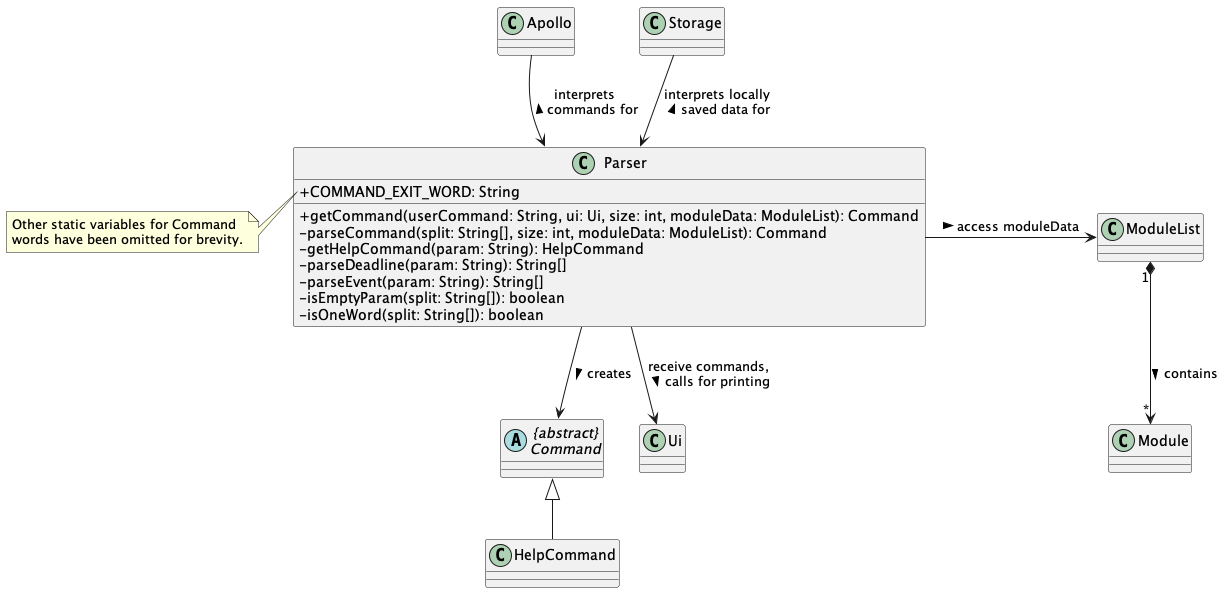
This is docs/uml-diagrams/Parser.png from nus-cs2113-AY2223S2/tp, a PlantUML export, as it was before one commit.
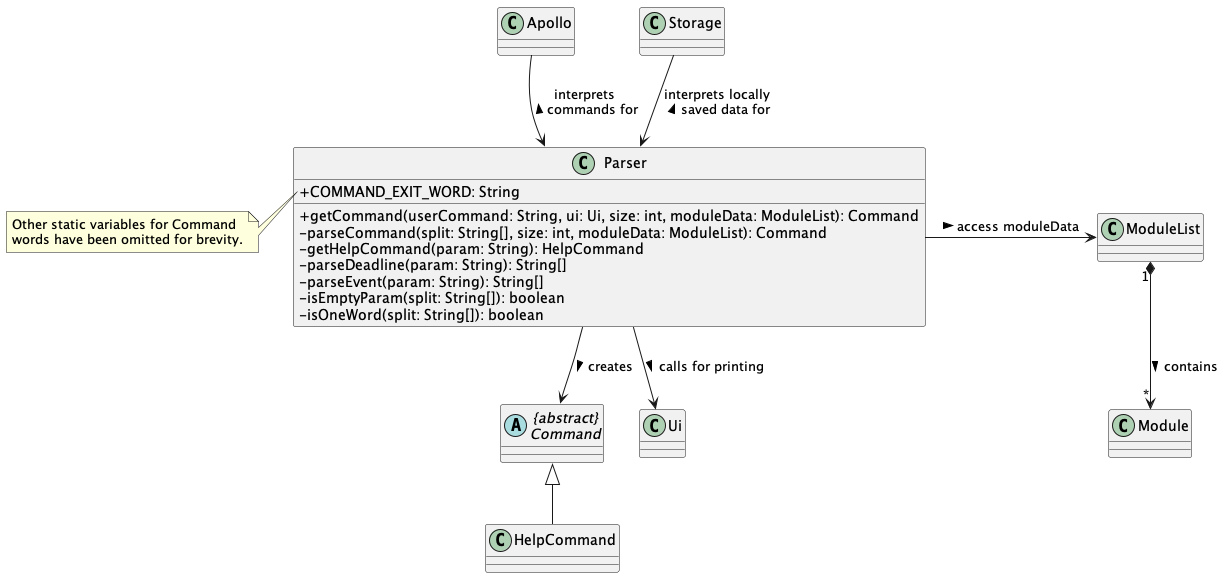
After the commit.

The edit, as a diff of the source:
```diff
@@ -23,7 +23,7 @@
 ModuleList "1" *--> "*" Module : contains >
 
 abstract class "{abstract}\nCommand" as Command
-Parser --> Ui : receive commands, \ncalls for printing >
+Parser --> Ui : calls for printing >
 Parser --> Command: creates >
 Command <|-- HelpCommand
 
```
